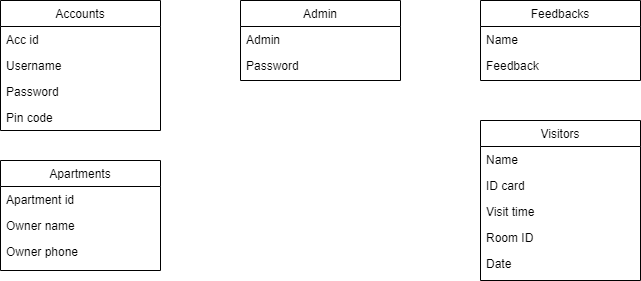
duongminhthanh/app_system_management_visitor_for_old_aparment keeps this draw.io diagram as diagram/Class Diagram.drawio.png. Above is the earlier version. Source tidied: cells renumbered, new cells last; positions are measured from the earlier drawing's top-left corner, leaving out a move shared by most shapes.
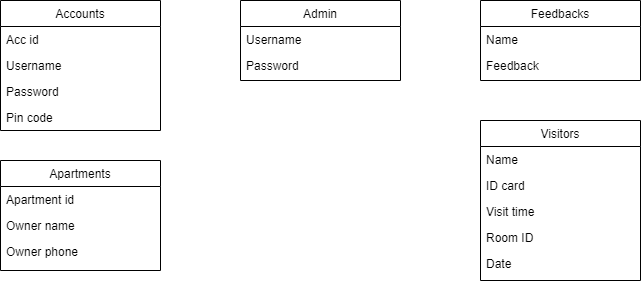
The same diagram one commit later.

Change to the diagram source:
```diff
@@ -20,7 +20,7 @@
     <mxCell id="7" value="Admin" style="swimlane;fontStyle=0;align=center;verticalAlign=top;horizontal=1;startSize=26;rounded=0;shadow=0;strokeWidth=1;" parent="1" vertex="1">
       <mxGeometry x="240" width="160" height="80" as="geometry" />
     </mxCell>
-    <mxCell id="8" value="Admin" style="text;align=left;verticalAlign=top;spacingLeft=4;spacingRight=4;overflow=hidden;" parent="7" vertex="1">
+    <mxCell id="8" value="Username" style="text;align=left;verticalAlign=top;spacingLeft=4;spacingRight=4;overflow=hidden;" parent="7" vertex="1">
       <mxGeometry y="26" width="160" height="26" as="geometry" />
     </mxCell>
     <mxCell id="9" value="Password" style="text;align=left;verticalAlign=top;spacingLeft=4;spacingRight=4;overflow=hidden;rounded=0;shadow=0;html=0;" parent="7" vertex="1">
```
